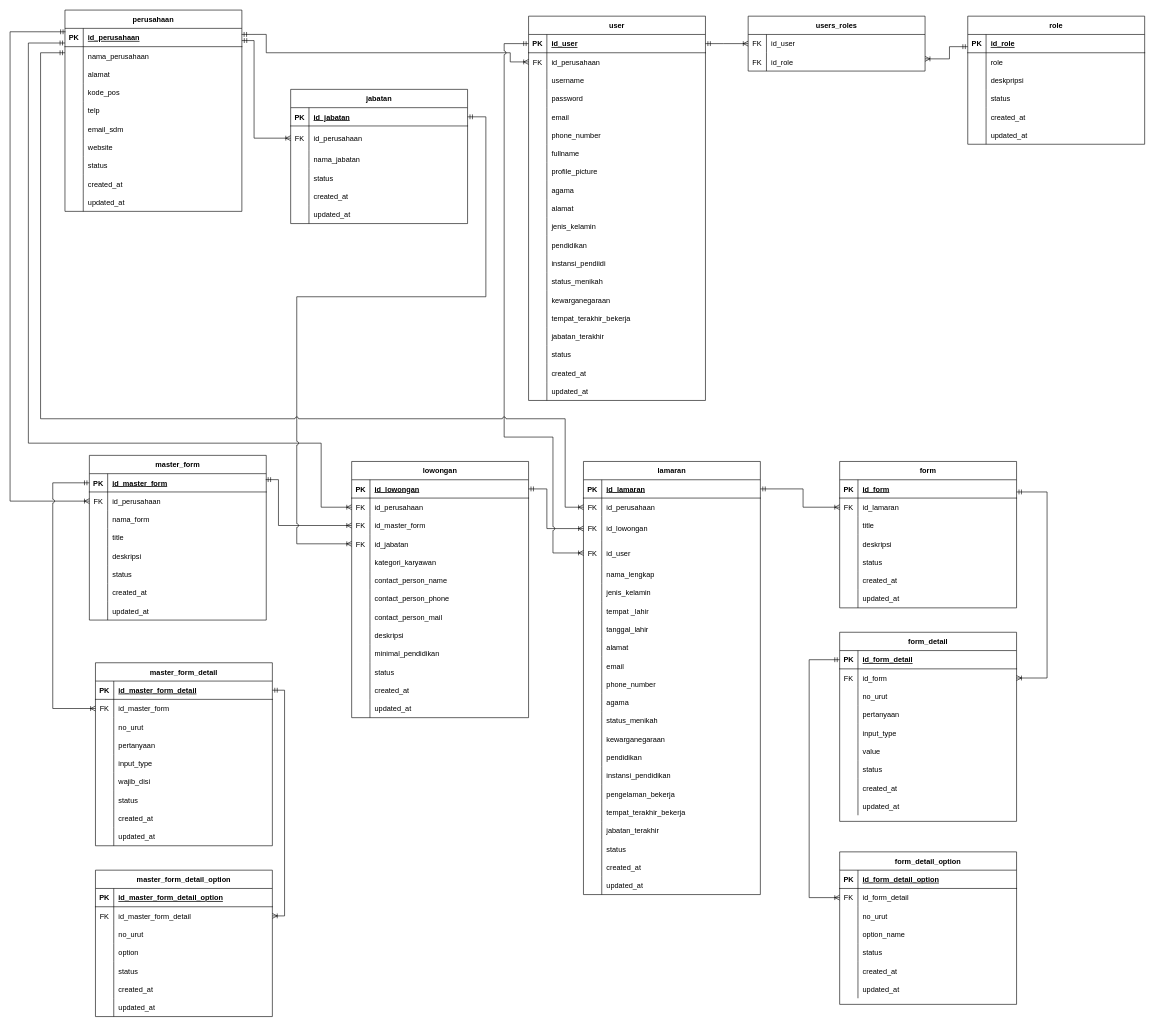
keys2505/tugas-akhir keeps this draw.io diagram as page "KONSEPTUAL" (3 of 3) of Rancanngan Basis Data.drawio. Above is the earlier version. Source tidied: cells renumbered, new cells numbered last; positions are measured from the earlier drawing's top-left corner, leaving out a move shared by most shapes. Both pictures are drawn from the tidied source at 61%, with x=0, y=0 at pixel (10, 10).
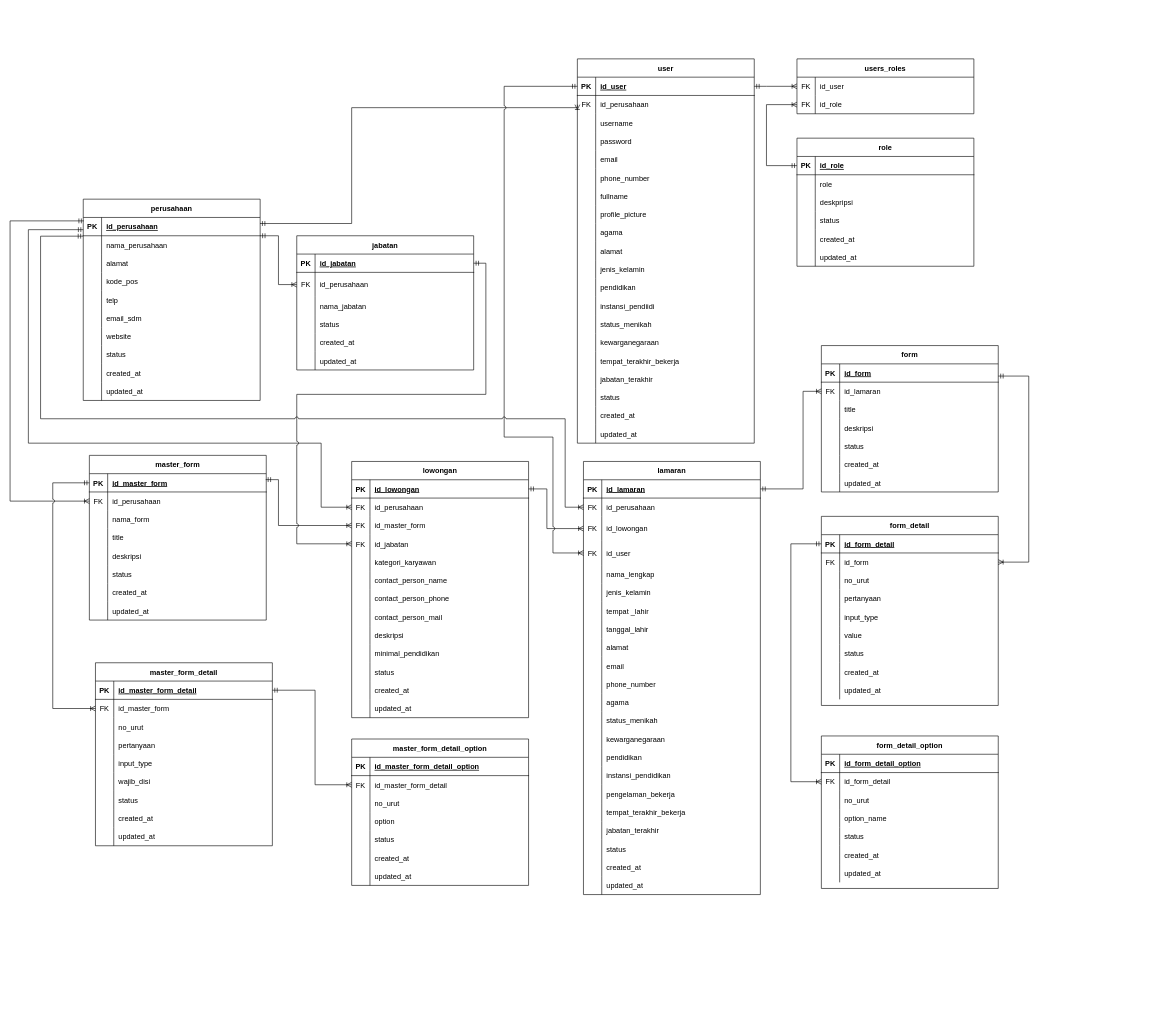
After the change.

Unchanged cells that the change refers to:
```xml
<mxCell id="3" style="shape=partialRectangle;fillColor=none;points=[[0,0.5],[1,0.5]];portConstraint=eastwest;top=0;left=0;right=0;bottom=1;" parent="2" vertex="1">
  <mxGeometry y="30" width="290" height="30" as="geometry" />
</mxCell>
<mxCell id="6" style="shape=partialRectangle;fillColor=none;points=[[0,0.5],[1,0.5]];portConstraint=eastwest;top=0;left=0;right=0;bottom=0;" parent="2" vertex="1">
  <mxGeometry y="60" width="290" height="30" as="geometry" />
</mxCell>
<mxCell id="34" style="shape=partialRectangle;fillColor=none;points=[[0,0.5],[1,0.5]];portConstraint=eastwest;top=0;left=0;right=0;bottom=1;" parent="33" vertex="1">
  <mxGeometry y="30" width="290" height="30" as="geometry" />
</mxCell>
<mxCell id="37" style="shape=partialRectangle;fillColor=none;points=[[0,0.5],[1,0.5]];portConstraint=eastwest;top=0;left=0;right=0;bottom=0;" parent="33" vertex="1">
  <mxGeometry y="60" width="290" height="40" as="geometry" />
</mxCell>
<mxCell id="53" style="shape=partialRectangle;fillColor=none;points=[[0,0.5],[1,0.5]];portConstraint=eastwest;top=0;left=0;right=0;bottom=1;" parent="52" vertex="1">
  <mxGeometry y="30" width="290" height="30" as="geometry" />
</mxCell>
<mxCell id="56" style="shape=partialRectangle;fillColor=none;points=[[0,0.5],[1,0.5]];portConstraint=eastwest;top=0;left=0;right=0;bottom=0;" parent="52" vertex="1">
  <mxGeometry y="60" width="290" height="30" as="geometry" />
</mxCell>
<mxCell id="114" style="shape=partialRectangle;fillColor=none;points=[[0,0.5],[1,0.5]];portConstraint=eastwest;top=0;left=0;right=0;bottom=1;" parent="113" vertex="1">
  <mxGeometry y="30" width="290" height="30" as="geometry" />
</mxCell>
<mxCell id="133" style="shape=partialRectangle;fillColor=none;points=[[0,0.5],[1,0.5]];portConstraint=eastwest;top=0;left=0;right=0;bottom=0;" parent="132" vertex="1">
  <mxGeometry y="30" width="290" height="30" as="geometry" />
</mxCell>
<mxCell id="136" style="shape=partialRectangle;fillColor=none;points=[[0,0.5],[1,0.5]];portConstraint=eastwest;top=0;left=0;right=0;bottom=0;" parent="132" vertex="1">
  <mxGeometry y="60" width="290" height="30" as="geometry" />
</mxCell>
<mxCell id="143" style="shape=partialRectangle;fillColor=none;points=[[0,0.5],[1,0.5]];portConstraint=eastwest;top=0;left=0;right=0;bottom=0;" parent="139" vertex="1">
  <mxGeometry y="60" width="290" height="30" as="geometry" />
</mxCell>
<mxCell id="168" style="shape=partialRectangle;fillColor=none;points=[[0,0.5],[1,0.5]];portConstraint=eastwest;top=0;left=0;right=0;bottom=0;" parent="164" vertex="1">
  <mxGeometry y="60" width="290" height="30" as="geometry" />
</mxCell>
<mxCell id="187" style="shape=partialRectangle;fillColor=none;points=[[0,0.5],[1,0.5]];portConstraint=eastwest;top=0;left=0;right=0;bottom=1;" parent="186" vertex="1">
  <mxGeometry y="30" width="290" height="30" as="geometry" />
</mxCell>
<mxCell id="218" style="shape=partialRectangle;fillColor=none;points=[[0,0.5],[1,0.5]];portConstraint=eastwest;top=0;left=0;right=0;bottom=0;" parent="214" vertex="1">
  <mxGeometry y="60" width="290" height="30" as="geometry" />
</mxCell>
<mxCell id="224" style="shape=partialRectangle;fillColor=none;points=[[0,0.5],[1,0.5]];portConstraint=eastwest;top=0;left=0;right=0;bottom=0;" parent="214" vertex="1">
  <mxGeometry y="120" width="290" height="30" as="geometry" />
</mxCell>
<mxCell id="255" style="shape=partialRectangle;fillColor=none;points=[[0,0.5],[1,0.5]];portConstraint=eastwest;top=0;left=0;right=0;bottom=1;" parent="254" vertex="1">
  <mxGeometry y="30" width="290" height="30" as="geometry" />
</mxCell>
<mxCell id="258" style="shape=partialRectangle;fillColor=none;points=[[0,0.5],[1,0.5]];portConstraint=eastwest;top=0;left=0;right=0;bottom=0;" parent="254" vertex="1">
  <mxGeometry y="60" width="290" height="30" as="geometry" />
</mxCell>
<mxCell id="264" style="shape=partialRectangle;fillColor=none;points=[[0,0.5],[1,0.5]];portConstraint=eastwest;top=0;left=0;right=0;bottom=0;" parent="254" vertex="1">
  <mxGeometry y="130" width="290" height="40" as="geometry" />
</mxCell>
<mxCell id="325" style="shape=partialRectangle;fillColor=none;points=[[0,0.5],[1,0.5]];portConstraint=eastwest;top=0;left=0;right=0;bottom=0;" parent="321" vertex="1">
  <mxGeometry y="60" width="290" height="30" as="geometry" />
</mxCell>
<mxCell id="344" style="shape=partialRectangle;fillColor=none;points=[[0,0.5],[1,0.5]];portConstraint=eastwest;top=0;left=0;right=0;bottom=1;" parent="343" vertex="1">
  <mxGeometry y="30" width="290" height="30" as="geometry" />
</mxCell>
<mxCell id="347" style="shape=partialRectangle;fillColor=none;points=[[0,0.5],[1,0.5]];portConstraint=eastwest;top=0;left=0;right=0;bottom=0;" parent="343" vertex="1">
  <mxGeometry y="60" width="290" height="30" as="geometry" />
</mxCell>
<mxCell id="375" style="shape=partialRectangle;fillColor=none;points=[[0,0.5],[1,0.5]];portConstraint=eastwest;top=0;left=0;right=0;bottom=0;" parent="371" vertex="1">
  <mxGeometry y="60" width="290" height="30" as="geometry" />
</mxCell>
```

Change to the diagram source:
```diff
@@
     <mxCell id="2" value="perusahaan" style="shape=table;startSize=30;childLayout=tableLayout;rowLines=0;fontStyle=1;align=center;" parent="1" vertex="1">
-      <mxGeometry x="90" width="290" height="330" as="geometry" />
+      <mxGeometry x="120" y="310" width="290" height="330" as="geometry" />
     </mxCell>
@@
     <mxCell id="33" value="jabatan" style="shape=table;startSize=30;childLayout=tableLayout;rowLines=0;fontStyle=1;align=center;" parent="1" vertex="1">
-      <mxGeometry x="460" y="130" width="290" height="220" as="geometry" />
+      <mxGeometry x="470" y="370" width="290" height="220" as="geometry" />
     </mxCell>
@@
     <mxCell id="52" value="user" style="shape=table;startSize=30;childLayout=tableLayout;rowLines=0;fontStyle=1;align=center;" parent="1" vertex="1">
-      <mxGeometry x="850" y="10" width="290" height="630" as="geometry" />
+      <mxGeometry x="930" y="80" width="290" height="630" as="geometry" />
     </mxCell>
@@
     <mxCell id="113" value="role" style="shape=table;startSize=30;childLayout=tableLayout;rowLines=0;fontStyle=1;align=center;" parent="1" vertex="1">
-      <mxGeometry x="1570" y="10" width="290" height="210" as="geometry" />
+      <mxGeometry x="1290" y="210" width="290" height="210" as="geometry" />
     </mxCell>
@@
     <mxCell id="132" value="users_roles" style="shape=table;startSize=30;childLayout=tableLayout;rowLines=0;fontStyle=1;align=center;" parent="1" vertex="1">
-      <mxGeometry x="1210" y="10" width="290" height="90" as="geometry" />
+      <mxGeometry x="1290" y="80" width="290" height="90" as="geometry" />
     </mxCell>
@@
     <mxCell id="164" value="master_form_detail_option" style="shape=table;startSize=30;childLayout=tableLayout;rowLines=0;fontStyle=1;align=center;" parent="1" vertex="1">
-      <mxGeometry x="140" y="1410" width="290" height="240" as="geometry" />
+      <mxGeometry x="560" y="1195" width="290" height="240" as="geometry" />
     </mxCell>
@@
     <mxCell id="321" value="form" style="shape=table;startSize=30;childLayout=tableLayout;rowLines=0;fontStyle=1;align=center;" parent="1" vertex="1">
-      <mxGeometry x="1360" y="740" width="290" height="240" as="geometry" />
+      <mxGeometry x="1330" y="550" width="290" height="240" as="geometry" />
     </mxCell>
@@
     <mxCell id="343" value="form_detail" style="shape=table;startSize=30;childLayout=tableLayout;rowLines=0;fontStyle=1;align=center;" parent="1" vertex="1">
-      <mxGeometry x="1360" y="1020" width="290" height="310" as="geometry" />
+      <mxGeometry x="1330" y="830" width="290" height="310" as="geometry" />
     </mxCell>
@@
     <mxCell id="371" value="form_detail_option" style="shape=table;startSize=30;childLayout=tableLayout;rowLines=0;fontStyle=1;align=center;" parent="1" vertex="1">
-      <mxGeometry x="1360" y="1380" width="290" height="250" as="geometry" />
+      <mxGeometry x="1330" y="1190" width="290" height="250" as="geometry" />
     </mxCell>
@@
     <mxCell id="393" style="edgeStyle=orthogonalEdgeStyle;rounded=0;jettySize=auto;html=1;entryX=0;entryY=0.5;entryDx=0;entryDy=0;endArrow=ERoneToMany;endFill=0;startArrow=ERmandOne;startFill=0;" parent="1" edge="1" source="3" target="37">
       <mxGeometry relative="1" as="geometry">
         <Array as="points">
-          <mxPoint x="400" y="50" />
-          <mxPoint x="400" y="210" />
+          <mxPoint x="440" y="370" />
+          <mxPoint x="440" y="450" />
         </Array>
       </mxGeometry>
     </mxCell>
     <mxCell id="394" style="edgeStyle=orthogonalEdgeStyle;rounded=0;jettySize=auto;html=1;entryX=0;entryY=0.5;entryDx=0;entryDy=0;endArrow=ERoneToMany;endFill=0;startArrow=ERmandOne;startFill=0;exitX=0.999;exitY=0.331;exitDx=0;exitDy=0;exitPerimeter=0;" parent="1" edge="1" source="3" target="56">
       <mxGeometry relative="1" as="geometry">
         <Array as="points">
-          <mxPoint x="420" y="40" />
-          <mxPoint x="420" y="70" />
-          <mxPoint x="820" y="70" />
-          <mxPoint x="820" y="85" />
+          <mxPoint x="560" y="350" />
+          <mxPoint x="560" y="160" />
+          <mxPoint x="930" y="160" />
         </Array>
       </mxGeometry>
     </mxCell>
     <mxCell id="395" style="edgeStyle=orthogonalEdgeStyle;rounded=0;jettySize=auto;html=1;endArrow=ERoneToMany;endFill=0;startArrow=ERmandOne;startFill=0;exitX=1;exitY=0.5;exitDx=0;exitDy=0;entryX=0;entryY=0.5;entryDx=0;entryDy=0;" parent="1" edge="1" source="53" target="133">
       <mxGeometry relative="1" as="geometry">
         <Array as="points">
-          <mxPoint x="1170" y="55" />
-          <mxPoint x="1170" y="55" />
+          <mxPoint x="1240" y="125" />
+          <mxPoint x="1240" y="125" />
         </Array>
       </mxGeometry>
     </mxCell>
-    <mxCell id="396" style="edgeStyle=orthogonalEdgeStyle;rounded=0;jettySize=auto;html=1;endArrow=ERoneToMany;endFill=0;startArrow=ERmandOne;startFill=0;" parent="1" edge="1" target="136">
-      <mxGeometry relative="1" as="geometry">
-        <mxPoint x="1570" y="60" as="sourcePoint" />
-        <Array as="points">
-          <mxPoint x="1570" y="60" />
-          <mxPoint x="1540" y="60" />
-          <mxPoint x="1540" y="80" />
-        </Array>
-      </mxGeometry>
-    </mxCell>
     <mxCell id="397" style="edgeStyle=orthogonalEdgeStyle;rounded=0;jettySize=auto;html=1;endArrow=ERoneToMany;endFill=0;startArrow=ERmandOne;startFill=0;exitX=0.003;exitY=0.187;exitDx=0;exitDy=0;entryX=0;entryY=0.5;entryDx=0;entryDy=0;exitPerimeter=0;" parent="1" edge="1" source="3" target="143">
       <mxGeometry relative="1" as="geometry">
         <Array as="points">
-          <mxPoint y="36" />
+          <mxPoint y="346" />
           <mxPoint y="805" />
         </Array>
       </mxGeometry>
     </mxCell>
     <mxCell id="398" style="edgeStyle=orthogonalEdgeStyle;rounded=0;jettySize=auto;html=1;endArrow=ERoneToMany;endFill=0;startArrow=ERmandOne;startFill=0;entryX=0;entryY=0.5;entryDx=0;entryDy=0;" parent="1" edge="1" source="3" target="218">
       <mxGeometry relative="1" as="geometry">
         <Array as="points">
-          <mxPoint x="30" y="54" />
+          <mxPoint x="30" y="360" />
           <mxPoint x="30" y="710" />
           <mxPoint x="510" y="710" />
           <mxPoint x="510" y="815" />
         </Array>
       </mxGeometry>
     </mxCell>
@@
     <mxCell id="400" style="edgeStyle=orthogonalEdgeStyle;rounded=0;jettySize=auto;html=1;entryX=0;entryY=0.5;entryDx=0;entryDy=0;endArrow=ERoneToMany;endFill=0;startArrow=ERmandOne;startFill=0;exitX=1;exitY=0.5;exitDx=0;exitDy=0;jumpStyle=arc;" parent="1" edge="1" source="34" target="224">
       <mxGeometry relative="1" as="geometry">
         <Array as="points">
-          <mxPoint x="780" y="175" />
-          <mxPoint x="780" y="470" />
-          <mxPoint x="470" y="470" />
+          <mxPoint x="780" y="415" />
+          <mxPoint x="780" y="630" />
+          <mxPoint x="470" y="630" />
           <mxPoint x="470" y="875" />
         </Array>
       </mxGeometry>
     </mxCell>
@@
-    <mxCell id="402" style="edgeStyle=orthogonalEdgeStyle;rounded=0;jettySize=auto;html=1;endArrow=ERoneToMany;endFill=0;startArrow=ERmandOne;startFill=0;exitX=1;exitY=0.5;exitDx=0;exitDy=0;jumpStyle=arc;entryX=1;entryY=0.5;entryDx=0;entryDy=0;" parent="1" edge="1" source="187" target="168">
+    <mxCell id="402" style="edgeStyle=orthogonalEdgeStyle;rounded=0;jettySize=auto;html=1;endArrow=ERoneToMany;endFill=0;startArrow=ERmandOne;startFill=0;exitX=1;exitY=0.5;exitDx=0;exitDy=0;jumpStyle=arc;" parent="1" edge="1" source="187">
       <mxGeometry relative="1" as="geometry">
+        <mxPoint x="560" y="1270" as="targetPoint" />
         <Array as="points">
-          <mxPoint x="450" y="1115" />
-          <mxPoint x="450" y="1485" />
+          <mxPoint x="500" y="1115" />
+          <mxPoint x="500" y="1270" />
         </Array>
       </mxGeometry>
     </mxCell>
@@
     <mxCell id="404" style="edgeStyle=orthogonalEdgeStyle;rounded=0;jettySize=auto;html=1;endArrow=ERoneToMany;endFill=0;startArrow=ERmandOne;startFill=0;entryX=0;entryY=0.5;entryDx=0;entryDy=0;exitX=0;exitY=0.5;exitDx=0;exitDy=0;jumpStyle=arc;" parent="1" edge="1" source="53" target="264">
       <mxGeometry relative="1" as="geometry">
         <Array as="points">
-          <mxPoint x="810" y="55" />
+          <mxPoint x="810" y="125" />
           <mxPoint x="810" y="700" />
           <mxPoint x="890" y="700" />
           <mxPoint x="890" y="890" />
         </Array>
       </mxGeometry>
     </mxCell>
-    <mxCell id="405" style="edgeStyle=orthogonalEdgeStyle;rounded=0;jettySize=auto;html=1;endArrow=ERoneToMany;endFill=0;startArrow=ERmandOne;startFill=0;entryX=0;entryY=0.5;entryDx=0;entryDy=0;jumpStyle=arc;" parent="1" edge="1" target="258">
+    <mxCell id="405" style="edgeStyle=orthogonalEdgeStyle;rounded=0;jettySize=auto;html=1;endArrow=ERoneToMany;endFill=0;startArrow=ERmandOne;startFill=0;entryX=0;entryY=0.5;entryDx=0;entryDy=0;jumpStyle=arc;exitX=-0.001;exitY=0.022;exitDx=0;exitDy=0;exitPerimeter=0;" parent="1" edge="1" source="6" target="258">
       <mxGeometry relative="1" as="geometry">
-        <mxPoint x="90" y="70" as="sourcePoint" />
         <Array as="points">
-          <mxPoint x="50" y="70" />
+          <mxPoint x="50" y="371" />
           <mxPoint x="50" y="670" />
           <mxPoint x="910" y="670" />
           <mxPoint x="910" y="815" />
         </Array>
       </mxGeometry>
     </mxCell>
     <mxCell id="406" style="edgeStyle=orthogonalEdgeStyle;rounded=0;jettySize=auto;html=1;endArrow=ERoneToMany;endFill=0;startArrow=ERmandOne;startFill=0;exitX=1;exitY=0.5;exitDx=0;exitDy=0;entryX=0;entryY=0.5;entryDx=0;entryDy=0;" parent="1" edge="1" source="255" target="325">
       <mxGeometry relative="1" as="geometry">
         <Array as="points">
           <mxPoint x="1300" y="785" />
-          <mxPoint x="1300" y="815" />
+          <mxPoint x="1300" y="625" />
         </Array>
       </mxGeometry>
     </mxCell>
     <mxCell id="407" style="edgeStyle=orthogonalEdgeStyle;rounded=0;jettySize=auto;html=1;endArrow=ERoneToMany;endFill=0;startArrow=ERmandOne;startFill=0;entryX=1;entryY=0.5;entryDx=0;entryDy=0;" parent="1" edge="1" target="347">
       <mxGeometry relative="1" as="geometry">
-        <mxPoint x="1650" y="790" as="sourcePoint" />
+        <mxPoint x="1620" y="600" as="sourcePoint" />
         <Array as="points">
-          <mxPoint x="1700" y="790" />
-          <mxPoint x="1700" y="1095" />
+          <mxPoint x="1670" y="600" />
+          <mxPoint x="1670" y="905" />
         </Array>
       </mxGeometry>
     </mxCell>
     <mxCell id="408" style="edgeStyle=orthogonalEdgeStyle;rounded=0;jettySize=auto;html=1;endArrow=ERoneToMany;endFill=0;startArrow=ERmandOne;startFill=0;entryX=0;entryY=0.5;entryDx=0;entryDy=0;" parent="1" edge="1" source="344" target="375">
       <mxGeometry relative="1" as="geometry">
         <Array as="points">
-          <mxPoint x="1310" y="1065" />
-          <mxPoint x="1310" y="1455" />
+          <mxPoint x="1280" y="875" />
+          <mxPoint x="1280" y="1265" />
         </Array>
       </mxGeometry>
     </mxCell>
+    <mxCell id="396" style="edgeStyle=orthogonalEdgeStyle;rounded=0;jettySize=auto;html=1;endArrow=ERoneToMany;endFill=0;startArrow=ERmandOne;startFill=0;entryX=0;entryY=0.5;entryDx=0;entryDy=0;exitX=0;exitY=0.5;exitDx=0;exitDy=0;" parent="1" edge="1" source="114" target="136">
+      <mxGeometry relative="1" as="geometry">
+        <Array as="points">
+          <mxPoint x="1240" y="255" />
+          <mxPoint x="1240" y="155" />
+        </Array>
+      </mxGeometry>
+    </mxCell>
```
